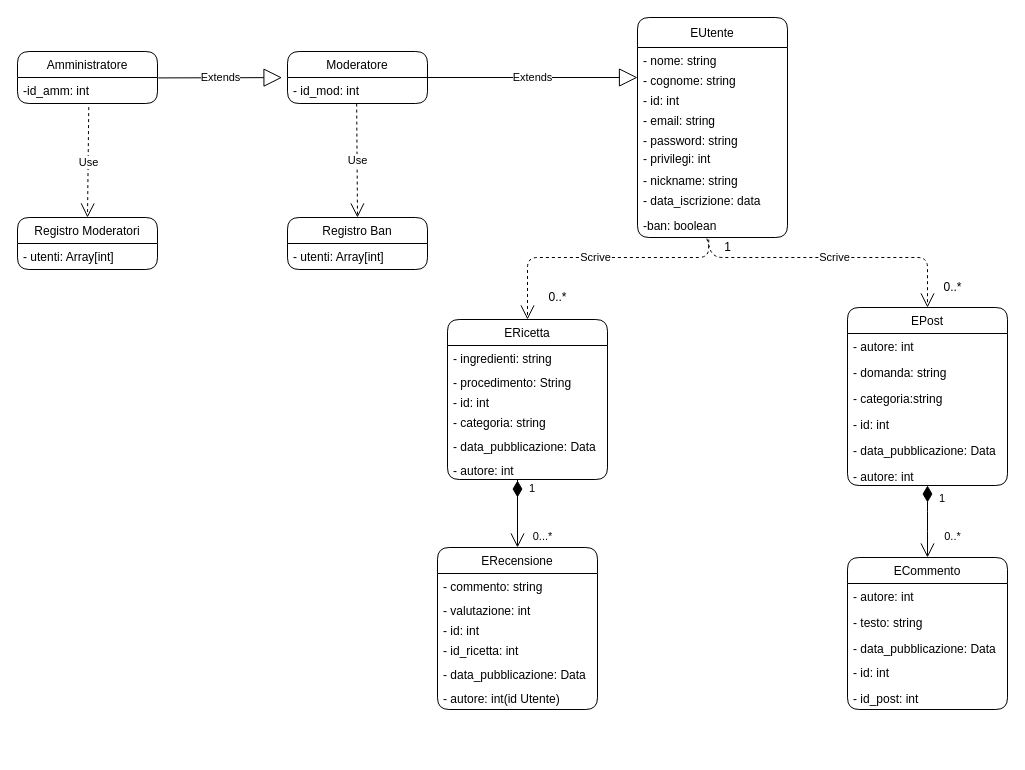
Earlier version of the draw.io diagram ChefsKiss_DomainModel.drawio (Lorislindo/ChefsKiss). Source tidied: cells renumbered, new cells numbered last; positions are measured from the earlier drawing's top-left corner, leaving out a move shared by most shapes. Both pictures are drawn from the tidied source at 100%, with x=0, y=0 at pixel (17, 17).
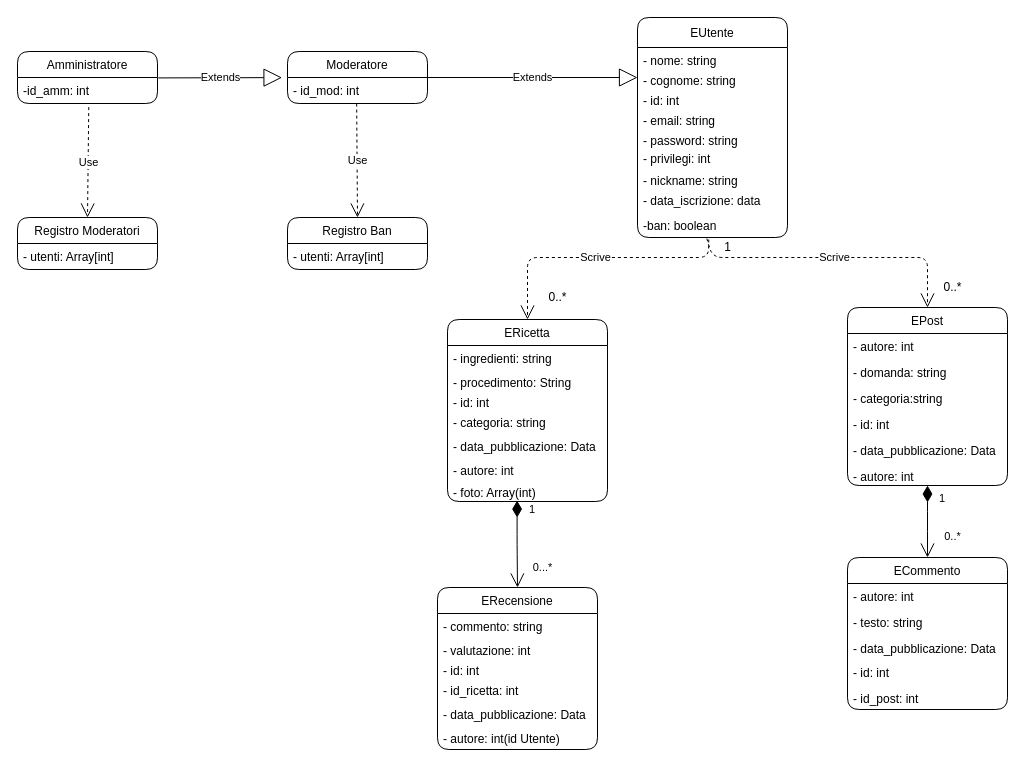
The same page after the edit.

Diff of the diagram source:
```diff
@@
     <mxCell id="2" value="ERicetta" style="swimlane;fontStyle=0;horizontal=1;startSize=26;fillColor=none;rounded=1;" parent="1" vertex="1">
-      <mxGeometry x="430" y="302" width="160" height="160" as="geometry" />
+      <mxGeometry x="430" y="302" width="160" height="182" as="geometry" />
     </mxCell>
@@
+    <mxCell id="60" value="- foto: Array(int)" style="text;strokeColor=none;fillColor=none;align=left;verticalAlign=top;spacingLeft=4;spacingRight=4;overflow=hidden;points=[[0,0.5],[1,0.5]];portConstraint=eastwest;" parent="2" vertex="1">
+      <mxGeometry y="160" width="160" height="22" as="geometry" />
+    </mxCell>
@@
     <mxCell id="34" value="ERecensione" style="swimlane;fontStyle=0;horizontal=1;startSize=26;fillColor=none;rounded=1;" parent="1" vertex="1">
-      <mxGeometry x="420" y="530" width="160" height="162" as="geometry" />
+      <mxGeometry x="420" y="570" width="160" height="162" as="geometry" />
     </mxCell>
@@
     <mxCell id="41" value="&lt;font style=&quot;font-size: 11px&quot;&gt;0...*&lt;/font&gt;" style="text;html=1;align=center;verticalAlign=middle;fillColor=none;strokeColor=none;rounded=0;" parent="1" vertex="1">
-      <mxGeometry x="510" y="509" width="30" height="20" as="geometry" />
+      <mxGeometry x="510" y="540" width="30" height="20" as="geometry" />
     </mxCell>
@@
-    <mxCell id="45" value="1" style="endArrow=open;html=1;endSize=12;startArrow=diamondThin;startSize=14;startFill=1;edgeStyle=orthogonalEdgeStyle;align=left;verticalAlign=bottom;" parent="1" edge="1" target="34">
-      <mxGeometry x="-0.14" y="10" relative="1" as="geometry">
-        <mxPoint x="500" y="480" as="sourcePoint" />
-        <Array as="points">
-          <mxPoint x="500" y="461" />
-        </Array>
+    <mxCell id="45" value="1" style="endArrow=open;html=1;endSize=12;startArrow=diamondThin;startSize=14;startFill=1;edgeStyle=orthogonalEdgeStyle;align=left;verticalAlign=bottom;exitX=0.435;exitY=0.96;exitDx=0;exitDy=0;exitPerimeter=0;" parent="1" edge="1" source="60" target="34">
+      <mxGeometry x="-0.61" y="10" relative="1" as="geometry">
+        <mxPoint y="1" as="offset" />
       </mxGeometry>
     </mxCell>
```
